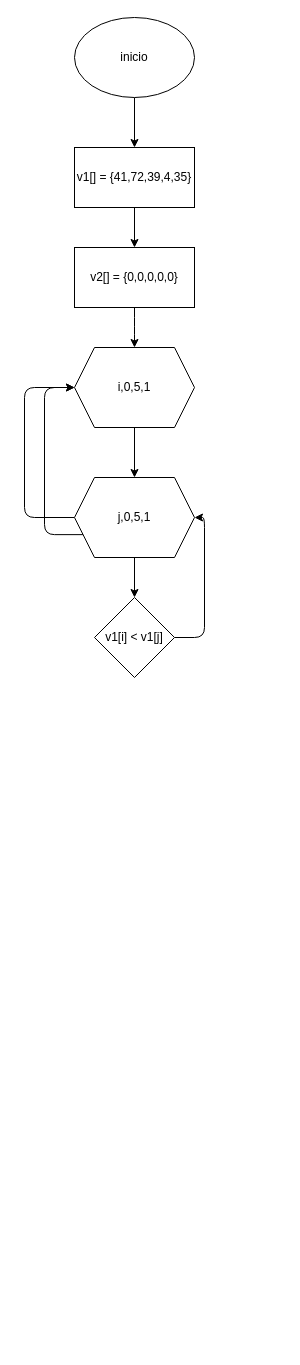
Before: EX_TPA_VETOR__FLUXOS/FLUXOS TPA/EX_TPA_VETOR_12.dio in xgheter/EXERCICIOS_C, a draw.io diagram. Source tidied: cells renumbered, new cells numbered last; positions are measured from the earlier drawing's top-left corner, leaving out a move shared by most shapes. Both pictures are drawn from the tidied source at 100%, with x=0, y=0 at pixel (24, 17).
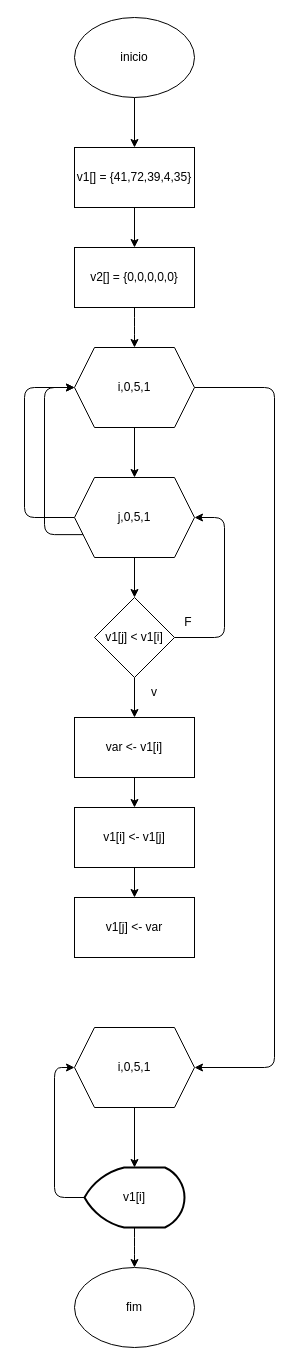
The same page after the edit.

Unchanged cells that the change refers to:
```xml
<mxCell id="9" value="i,0,5,1" style="shape=hexagon;perimeter=hexagonPerimeter2;whiteSpace=wrap;html=1;fixedSize=1;" parent="1" vertex="1">
  <mxGeometry x="50" y="330" width="120" height="80" as="geometry" />
</mxCell>
<mxCell id="13" value="j,0,5,1" style="shape=hexagon;perimeter=hexagonPerimeter2;whiteSpace=wrap;html=1;fixedSize=1;" parent="1" vertex="1">
  <mxGeometry x="50" y="460" width="120" height="80" as="geometry" />
</mxCell>
```

Diff of the diagram source:
```diff
@@
+    <mxCell id="16" style="edgeStyle=elbowEdgeStyle;html=1;exitX=1;exitY=0.5;exitDx=0;exitDy=0;entryX=1;entryY=0.5;entryDx=0;entryDy=0;" parent="1" edge="1" source="9" target="26">
+      <mxGeometry relative="1" as="geometry">
+        <Array as="points">
+          <mxPoint x="250" y="710" />
+        </Array>
+      </mxGeometry>
+    </mxCell>
@@
     <mxCell id="14" style="edgeStyle=elbowEdgeStyle;html=1;exitX=1;exitY=0.5;exitDx=0;exitDy=0;entryX=1;entryY=0.5;entryDx=0;entryDy=0;" parent="1" edge="1" source="15" target="13">
       <mxGeometry relative="1" as="geometry">
         <Array as="points">
-          <mxPoint x="180" y="560" />
+          <mxPoint x="200" y="560" />
         </Array>
       </mxGeometry>
     </mxCell>
+    <mxCell id="17" style="edgeStyle=none;html=1;" parent="1" edge="1" source="15" target="19">
+      <mxGeometry relative="1" as="geometry" />
+    </mxCell>
-    <mxCell id="15" value="v1[i] &amp;lt; v1[j]" style="rhombus;whiteSpace=wrap;html=1;" parent="1" vertex="1">
+    <mxCell id="15" value="v1[j] &amp;lt; v1[i]" style="rhombus;whiteSpace=wrap;html=1;" parent="1" vertex="1">
       <mxGeometry x="70" y="580" width="80" height="80" as="geometry" />
     </mxCell>
+    <mxCell id="18" style="edgeStyle=none;html=1;" parent="1" edge="1" source="19" target="23">
+      <mxGeometry relative="1" as="geometry" />
+    </mxCell>
+    <mxCell id="19" value="var &amp;lt;- v1[i]" style="whiteSpace=wrap;html=1;" parent="1" vertex="1">
+      <mxGeometry x="50" y="700" width="120" height="60" as="geometry" />
+    </mxCell>
+    <mxCell id="20" value="v" style="text;html=1;strokeColor=none;fillColor=none;align=center;verticalAlign=middle;whiteSpace=wrap;rounded=0;" parent="1" vertex="1">
+      <mxGeometry x="100" y="660" width="60" height="30" as="geometry" />
+    </mxCell>
+    <mxCell id="21" value="F" style="text;html=1;strokeColor=none;fillColor=none;align=center;verticalAlign=middle;whiteSpace=wrap;rounded=0;" parent="1" vertex="1">
+      <mxGeometry x="134" y="590" width="60" height="30" as="geometry" />
+    </mxCell>
+    <mxCell id="22" style="edgeStyle=none;html=1;" parent="1" edge="1" source="23" target="24">
+      <mxGeometry relative="1" as="geometry" />
+    </mxCell>
+    <mxCell id="23" value="v1[i] &amp;lt;- v1[j]" style="whiteSpace=wrap;html=1;" parent="1" vertex="1">
+      <mxGeometry x="50" y="790" width="120" height="60" as="geometry" />
+    </mxCell>
+    <mxCell id="24" value="v1[j] &amp;lt;- var" style="whiteSpace=wrap;html=1;" parent="1" vertex="1">
+      <mxGeometry x="50" y="880" width="120" height="60" as="geometry" />
+    </mxCell>
+    <mxCell id="25" style="edgeStyle=none;html=1;" parent="1" edge="1" source="26">
+      <mxGeometry relative="1" as="geometry">
+        <mxPoint x="110" y="1150" as="targetPoint" />
+      </mxGeometry>
+    </mxCell>
+    <mxCell id="26" value="i,0,5,1" style="shape=hexagon;perimeter=hexagonPerimeter2;whiteSpace=wrap;html=1;fixedSize=1;" parent="1" vertex="1">
+      <mxGeometry x="50" y="1010" width="120" height="80" as="geometry" />
+    </mxCell>
+    <mxCell id="27" style="edgeStyle=elbowEdgeStyle;html=1;exitX=0;exitY=0.5;exitDx=0;exitDy=0;exitPerimeter=0;entryX=0;entryY=0.5;entryDx=0;entryDy=0;" parent="1" edge="1" source="29" target="26">
+      <mxGeometry relative="1" as="geometry">
+        <Array as="points">
+          <mxPoint x="30" y="1120" />
+        </Array>
+      </mxGeometry>
+    </mxCell>
+    <mxCell id="28" style="edgeStyle=elbowEdgeStyle;html=1;" parent="1" edge="1" source="29" target="30">
+      <mxGeometry relative="1" as="geometry" />
+    </mxCell>
+    <mxCell id="29" value="v1[i]" style="strokeWidth=2;html=1;shape=mxgraph.flowchart.display;whiteSpace=wrap;" parent="1" vertex="1">
+      <mxGeometry x="60" y="1150" width="100" height="60" as="geometry" />
+    </mxCell>
+    <mxCell id="30" value="fim" style="ellipse;whiteSpace=wrap;html=1;" parent="1" vertex="1">
+      <mxGeometry x="50" y="1250" width="120" height="80" as="geometry" />
+    </mxCell>
```
